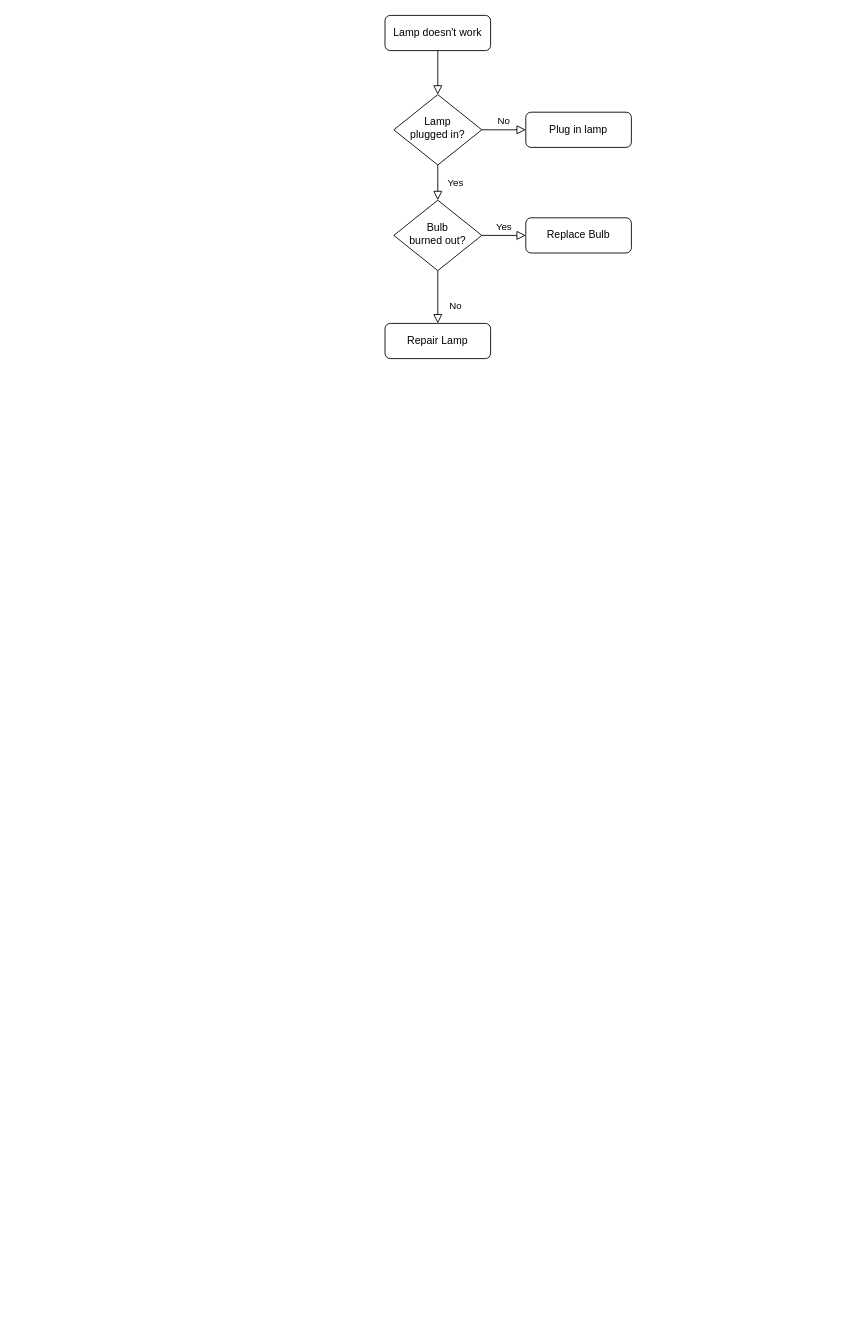
This is 进入教室逻辑.drawio from Kanthine/FlowChart, a draw.io file, before an edit. Source tidied: cells renumbered, new cells numbered last; positions are measured from the earlier drawing's top-left corner, leaving out a move shared by most shapes. Both pictures are drawn from the tidied source at 88%, with x=0, y=0 at pixel (385, 15).
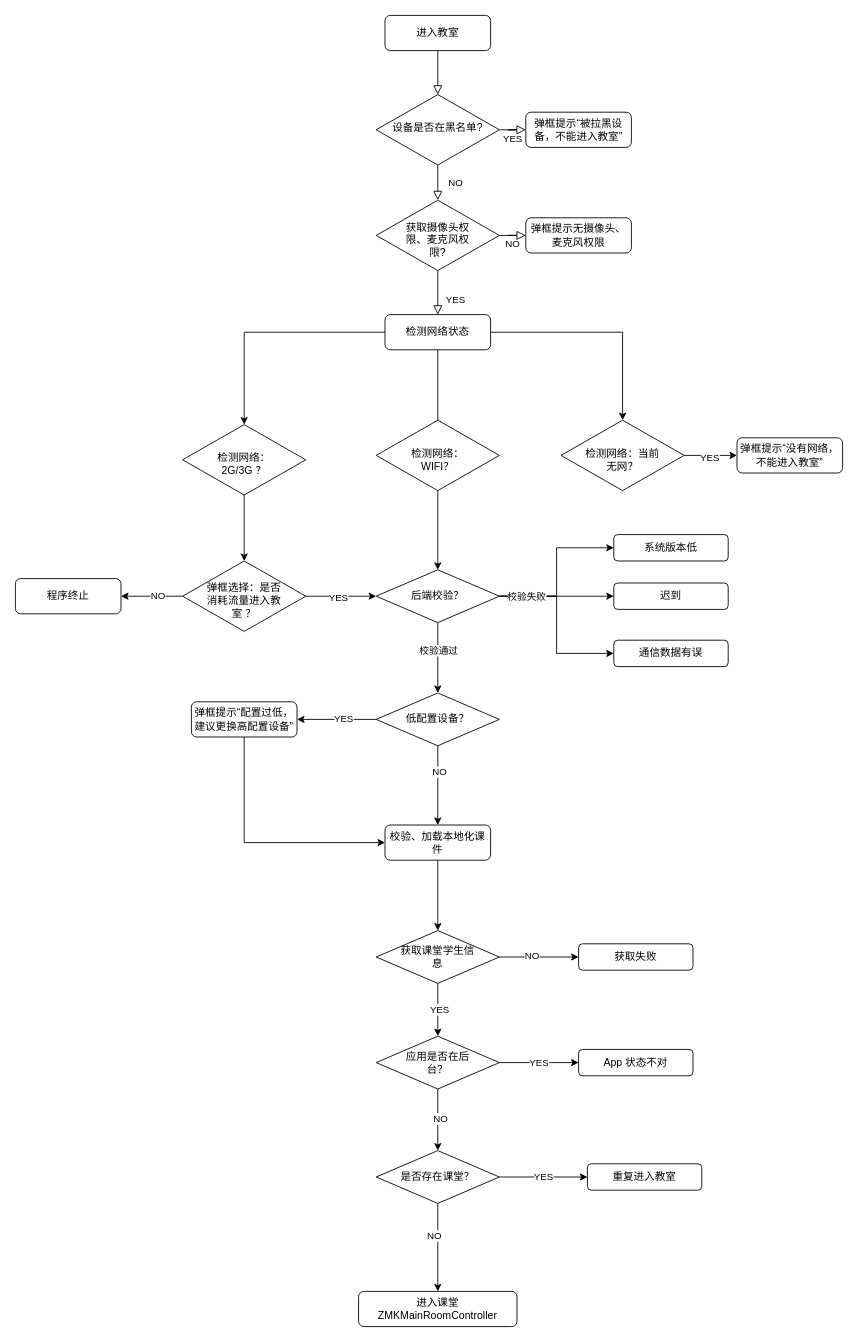
After the change.

Commit message:
更新进入教室逻辑.drawio

Diff of the diagram source:
```diff
@@
-    <mxCell id="3" value="Lamp doesn't work" style="rounded=1;whiteSpace=wrap;html=1;fontSize=12;glass=0;strokeWidth=1;shadow=0;" parent="1" vertex="1">
+    <mxCell id="3" value="进入教室" style="rounded=1;whiteSpace=wrap;html=1;fontSize=12;glass=0;strokeWidth=1;shadow=0;" parent="1" vertex="1">
       <mxGeometry width="120" height="40" as="geometry" />
     </mxCell>
-    <mxCell id="4" value="Yes" style="rounded=0;html=1;jettySize=auto;fontSize=11;endArrow=block;endFill=0;endSize=8;strokeWidth=1;shadow=0;labelBackgroundColor=none;edgeStyle=orthogonalEdgeStyle;" parent="1" edge="1" source="6" target="10">
+    <mxCell id="4" value="NO" style="rounded=0;html=1;jettySize=auto;fontSize=11;endArrow=block;endFill=0;endSize=8;strokeWidth=1;shadow=0;labelBackgroundColor=none;edgeStyle=orthogonalEdgeStyle;" parent="1" edge="1" source="6" target="10">
       <mxGeometry y="20" relative="1" as="geometry" />
     </mxCell>
-    <mxCell id="5" value="No" style="edgeStyle=orthogonalEdgeStyle;rounded=0;html=1;jettySize=auto;fontSize=11;endArrow=block;endFill=0;endSize=8;strokeWidth=1;shadow=0;labelBackgroundColor=none;" parent="1" edge="1" source="6" target="7">
+    <mxCell id="5" value="YES" style="edgeStyle=orthogonalEdgeStyle;rounded=0;html=1;jettySize=auto;fontSize=11;endArrow=block;endFill=0;endSize=8;strokeWidth=1;shadow=0;labelBackgroundColor=none;" parent="1" edge="1" source="6" target="7">
       <mxGeometry y="10" relative="1" as="geometry" />
     </mxCell>
-    <mxCell id="6" value="Lamp&lt;br&gt;plugged in?" style="rhombus;whiteSpace=wrap;html=1;shadow=0;fontFamily=Helvetica;fontSize=12;align=center;strokeWidth=1;spacing=6;spacingTop=-4;" parent="1" vertex="1">
-      <mxGeometry x="10" y="90" width="100" height="80" as="geometry" />
+    <mxCell id="6" value="设备是否在黑名单?" style="rhombus;whiteSpace=wrap;html=1;shadow=0;fontFamily=Helvetica;fontSize=12;align=center;strokeWidth=1;spacing=6;spacingTop=-4;" parent="1" vertex="1">
+      <mxGeometry x="-10" y="90" width="140" height="80" as="geometry" />
     </mxCell>
-    <mxCell id="7" value="Plug in lamp" style="rounded=1;whiteSpace=wrap;html=1;fontSize=12;glass=0;strokeWidth=1;shadow=0;" parent="1" vertex="1">
+    <mxCell id="7" value="弹框提示“被拉黑设备，不能进入教室”" style="rounded=1;whiteSpace=wrap;html=1;fontSize=12;glass=0;strokeWidth=1;shadow=0;" parent="1" vertex="1">
       <mxGeometry x="160" y="110" width="120" height="40" as="geometry" />
     </mxCell>
-    <mxCell id="8" value="No" style="rounded=0;html=1;jettySize=auto;fontSize=11;endArrow=block;endFill=0;endSize=8;strokeWidth=1;shadow=0;labelBackgroundColor=none;edgeStyle=orthogonalEdgeStyle;" parent="1" edge="1" source="10" target="11">
+    <mxCell id="8" value="YES" style="rounded=0;html=1;jettySize=auto;fontSize=11;endArrow=block;endFill=0;endSize=8;strokeWidth=1;shadow=0;labelBackgroundColor=none;edgeStyle=orthogonalEdgeStyle;entryX=0.5;entryY=0;entryDx=0;entryDy=0;" parent="1" edge="1" source="10" target="30">
       <mxGeometry x="0.33" y="20" relative="1" as="geometry" />
     </mxCell>
-    <mxCell id="9" value="Yes" style="edgeStyle=orthogonalEdgeStyle;rounded=0;html=1;jettySize=auto;fontSize=11;endArrow=block;endFill=0;endSize=8;strokeWidth=1;shadow=0;labelBackgroundColor=none;" parent="1" edge="1" source="10" target="12">
+    <mxCell id="9" value="NO" style="edgeStyle=orthogonalEdgeStyle;rounded=0;html=1;jettySize=auto;fontSize=11;endArrow=block;endFill=0;endSize=8;strokeWidth=1;shadow=0;labelBackgroundColor=none;" parent="1" edge="1" source="10" target="12">
       <mxGeometry y="10" relative="1" as="geometry" />
     </mxCell>
-    <mxCell id="10" value="Bulb&lt;br&gt;burned out?" style="rhombus;whiteSpace=wrap;html=1;shadow=0;fontFamily=Helvetica;fontSize=12;align=center;strokeWidth=1;spacing=6;spacingTop=-4;" parent="1" vertex="1">
-      <mxGeometry x="10" y="210" width="100" height="80" as="geometry" />
+    <mxCell id="10" value="获取摄像头权限、麦克风权限?" style="rhombus;whiteSpace=wrap;html=1;shadow=0;fontFamily=Helvetica;fontSize=12;align=center;strokeWidth=1;spacing=6;spacingTop=10;spacingLeft=20;spacingRight=20;" parent="1" vertex="1">
+      <mxGeometry x="-10" y="210" width="140" height="80" as="geometry" />
     </mxCell>
-    <mxCell id="11" value="Repair Lamp" style="rounded=1;whiteSpace=wrap;html=1;fontSize=12;glass=0;strokeWidth=1;shadow=0;" parent="1" vertex="1">
-      <mxGeometry y="350" width="120" height="40" as="geometry" />
+    <mxCell id="11" value="进入课堂&lt;br&gt;ZMKMainRoomController" style="rounded=1;whiteSpace=wrap;html=1;fontSize=12;glass=0;strokeWidth=1;shadow=0;" parent="1" vertex="1">
+      <mxGeometry x="-30" y="1450" width="180" height="40" as="geometry" />
     </mxCell>
-    <mxCell id="12" value="Replace Bulb" style="rounded=1;whiteSpace=wrap;html=1;fontSize=12;glass=0;strokeWidth=1;shadow=0;" parent="1" vertex="1">
+    <mxCell id="12" value="弹框提示无摄像头、麦克风权限" style="rounded=1;whiteSpace=wrap;html=1;fontSize=12;glass=0;strokeWidth=1;shadow=0;" parent="1" vertex="1">
       <mxGeometry x="160" y="230" width="120" height="40" as="geometry" />
     </mxCell>
+    <mxCell id="13" style="edgeStyle=orthogonalEdgeStyle;rounded=0;jettySize=auto;html=1;entryX=0;entryY=0.5;entryDx=0;entryDy=0;" parent="1" edge="1" source="16" target="17">
+      <mxGeometry relative="1" as="geometry" />
+    </mxCell>
+    <mxCell id="14" value="YES" style="edgeLabel;html=1;align=center;verticalAlign=middle;" parent="13" vertex="1">
+      <mxGeometry x="-0.07" y="-2" relative="1" as="geometry" />
+    </mxCell>
+    <mxCell id="15" style="edgeStyle=orthogonalEdgeStyle;rounded=0;jettySize=auto;html=1;exitX=0.5;exitY=1;exitDx=0;exitDy=0;entryX=0.5;entryY=0.125;entryDx=0;entryDy=0;entryPerimeter=0;" parent="1" edge="1" source="30" target="19">
+      <mxGeometry relative="1" as="geometry" />
+    </mxCell>
+    <mxCell id="16" value="检测网络：当前无网？" style="rhombus;whiteSpace=wrap;html=1;shadow=0;fontFamily=Helvetica;fontSize=12;align=center;strokeWidth=1;spacing=6;spacingTop=10;spacingLeft=20;spacingRight=20;" parent="1" vertex="1">
+      <mxGeometry x="200" y="460" width="140" height="80" as="geometry" />
+    </mxCell>
+    <mxCell id="17" value="弹框提示“没有网络，不能进入教室”" style="rounded=1;whiteSpace=wrap;html=1;fontSize=12;glass=0;strokeWidth=1;shadow=0;" parent="1" vertex="1">
+      <mxGeometry x="400" y="480" width="120" height="40" as="geometry" />
+    </mxCell>
+    <mxCell id="18" style="edgeStyle=orthogonalEdgeStyle;rounded=0;jettySize=auto;html=1;entryX=0.5;entryY=0;entryDx=0;entryDy=0;" parent="1" edge="1" source="19" target="37">
+      <mxGeometry relative="1" as="geometry" />
+    </mxCell>
+    <mxCell id="19" value="检测网络：WIFI？" style="rhombus;whiteSpace=wrap;html=1;shadow=0;fontFamily=Helvetica;fontSize=12;align=center;strokeWidth=1;spacing=6;spacingTop=10;spacingLeft=20;spacingRight=20;" parent="1" vertex="1">
+      <mxGeometry x="-10" y="460" width="140" height="80" as="geometry" />
+    </mxCell>
+    <mxCell id="20" style="edgeStyle=orthogonalEdgeStyle;rounded=0;jettySize=auto;html=1;entryX=0.5;entryY=0;entryDx=0;entryDy=0;exitX=0;exitY=0.5;exitDx=0;exitDy=0;" parent="1" edge="1" source="30" target="22">
+      <mxGeometry relative="1" as="geometry" />
+    </mxCell>
+    <mxCell id="21" style="edgeStyle=orthogonalEdgeStyle;rounded=0;jettySize=auto;html=1;entryX=0.5;entryY=0;entryDx=0;entryDy=0;" parent="1" edge="1" source="22" target="27">
+      <mxGeometry relative="1" as="geometry" />
+    </mxCell>
+    <mxCell id="22" value="检测网络：2G/3G ？" style="rhombus;whiteSpace=wrap;html=1;shadow=0;fontFamily=Helvetica;fontSize=12;align=center;strokeWidth=1;spacing=6;spacingTop=10;spacingLeft=20;spacingRight=20;" parent="1" vertex="1">
+      <mxGeometry x="-230" y="465" width="140" height="80" as="geometry" />
+    </mxCell>
+    <mxCell id="23" style="edgeStyle=orthogonalEdgeStyle;rounded=0;jettySize=auto;html=1;" parent="1" edge="1" source="27" target="28">
+      <mxGeometry relative="1" as="geometry" />
+    </mxCell>
+    <mxCell id="24" value="NO" style="edgeLabel;html=1;align=center;verticalAlign=middle;" parent="23" vertex="1">
+      <mxGeometry x="-0.17" y="-1" relative="1" as="geometry" />
+    </mxCell>
+    <mxCell id="25" style="edgeStyle=orthogonalEdgeStyle;rounded=0;jettySize=auto;html=1;entryX=0;entryY=0.5;entryDx=0;entryDy=0;" parent="1" edge="1" source="27" target="37">
+      <mxGeometry relative="1" as="geometry" />
+    </mxCell>
+    <mxCell id="26" value="YES" style="edgeLabel;html=1;align=center;verticalAlign=middle;" parent="25" vertex="1">
+      <mxGeometry x="-0.09" y="-1" relative="1" as="geometry" />
+    </mxCell>
+    <mxCell id="27" value="弹框选择：是否消耗流量进入教室 ？" style="rhombus;whiteSpace=wrap;html=1;shadow=0;fontFamily=Helvetica;fontSize=12;align=center;strokeWidth=1;spacing=6;spacingTop=10;spacingLeft=20;spacingRight=20;" parent="1" vertex="1">
+      <mxGeometry x="-230" y="620" width="140" height="80" as="geometry" />
+    </mxCell>
+    <mxCell id="28" value="程序终止" style="rounded=1;whiteSpace=wrap;html=1;fontSize=12;glass=0;strokeWidth=1;shadow=0;" parent="1" vertex="1">
+      <mxGeometry x="-420" y="640" width="120" height="40" as="geometry" />
+    </mxCell>
+    <mxCell id="29" style="edgeStyle=orthogonalEdgeStyle;rounded=0;jettySize=auto;html=1;entryX=0.5;entryY=0;entryDx=0;entryDy=0;" parent="1" edge="1" source="30" target="16">
+      <mxGeometry relative="1" as="geometry" />
+    </mxCell>
+    <mxCell id="30" value="检测网络状态" style="rounded=1;whiteSpace=wrap;html=1;fontSize=12;glass=0;strokeWidth=1;shadow=0;" parent="1" vertex="1">
+      <mxGeometry y="340" width="120" height="40" as="geometry" />
+    </mxCell>
+    <mxCell id="31" style="edgeStyle=orthogonalEdgeStyle;rounded=0;jettySize=auto;html=1;entryX=0;entryY=0.5;entryDx=0;entryDy=0;" parent="1" edge="1" source="37" target="38">
+      <mxGeometry relative="1" as="geometry" />
+    </mxCell>
+    <mxCell id="32" style="edgeStyle=orthogonalEdgeStyle;rounded=0;jettySize=auto;html=1;entryX=0;entryY=0.5;entryDx=0;entryDy=0;" parent="1" edge="1" source="37" target="39">
+      <mxGeometry relative="1" as="geometry" />
+    </mxCell>
+    <mxCell id="33" style="edgeStyle=orthogonalEdgeStyle;rounded=0;jettySize=auto;html=1;entryX=0;entryY=0.5;entryDx=0;entryDy=0;" parent="1" edge="1" source="37" target="40">
+      <mxGeometry relative="1" as="geometry" />
+    </mxCell>
+    <mxCell id="34" value="校验失败" style="edgeLabel;html=1;align=center;verticalAlign=middle;" parent="33" vertex="1">
+      <mxGeometry x="-0.85" relative="1" as="geometry">
+        <mxPoint x="15" as="offset" />
+      </mxGeometry>
+    </mxCell>
+    <mxCell id="35" style="edgeStyle=orthogonalEdgeStyle;rounded=0;jettySize=auto;html=1;entryX=0.5;entryY=0;entryDx=0;entryDy=0;" parent="1" edge="1" source="37" target="45">
+      <mxGeometry relative="1" as="geometry" />
+    </mxCell>
+    <mxCell id="36" value="校验通过" style="edgeLabel;html=1;align=center;verticalAlign=middle;" parent="35" vertex="1">
+      <mxGeometry x="-0.23" relative="1" as="geometry" />
+    </mxCell>
+    <mxCell id="37" value="后端校验？" style="rhombus;whiteSpace=wrap;html=1;shadow=0;fontFamily=Helvetica;fontSize=12;align=center;strokeWidth=1;spacing=6;spacingTop=0;spacingLeft=20;spacingRight=20;" parent="1" vertex="1">
+      <mxGeometry x="-10" y="630" width="140" height="60" as="geometry" />
+    </mxCell>
+    <mxCell id="38" value="系统版本低" style="rounded=1;whiteSpace=wrap;html=1;fontSize=12;glass=0;strokeWidth=1;shadow=0;" parent="1" vertex="1">
+      <mxGeometry x="260" y="590" width="130" height="30" as="geometry" />
+    </mxCell>
+    <mxCell id="39" value="迟到" style="rounded=1;whiteSpace=wrap;html=1;fontSize=12;glass=0;strokeWidth=1;shadow=0;" parent="1" vertex="1">
+      <mxGeometry x="260" y="645" width="130" height="30" as="geometry" />
+    </mxCell>
+    <mxCell id="40" value="通信数据有误" style="rounded=1;whiteSpace=wrap;html=1;fontSize=12;glass=0;strokeWidth=1;shadow=0;" parent="1" vertex="1">
+      <mxGeometry x="260" y="710" width="130" height="30" as="geometry" />
+    </mxCell>
+    <mxCell id="41" style="edgeStyle=orthogonalEdgeStyle;rounded=0;jettySize=auto;html=1;" parent="1" edge="1" source="45" target="47">
+      <mxGeometry relative="1" as="geometry" />
+    </mxCell>
+    <mxCell id="42" value="YES" style="edgeLabel;html=1;align=center;verticalAlign=middle;" parent="41" vertex="1">
+      <mxGeometry x="-0.16" y="-2" relative="1" as="geometry" />
+    </mxCell>
+    <mxCell id="43" style="edgeStyle=orthogonalEdgeStyle;rounded=0;jettySize=auto;html=1;" parent="1" edge="1" source="45" target="49">
+      <mxGeometry relative="1" as="geometry" />
+    </mxCell>
+    <mxCell id="44" value="NO" style="edgeLabel;html=1;align=center;verticalAlign=middle;" parent="43" vertex="1">
+      <mxGeometry x="-0.36" y="1" relative="1" as="geometry" />
+    </mxCell>
+    <mxCell id="45" value="低配置设备？" style="rhombus;whiteSpace=wrap;html=1;shadow=0;fontFamily=Helvetica;fontSize=12;align=center;strokeWidth=1;spacing=6;spacingTop=0;spacingLeft=20;spacingRight=20;" parent="1" vertex="1">
+      <mxGeometry x="-10" y="770" width="140" height="60" as="geometry" />
+    </mxCell>
+    <mxCell id="46" style="edgeStyle=orthogonalEdgeStyle;rounded=0;jettySize=auto;html=1;entryX=0;entryY=0.5;entryDx=0;entryDy=0;" parent="1" edge="1" source="47" target="49">
+      <mxGeometry relative="1" as="geometry">
+        <Array as="points">
+          <mxPoint x="-160" y="940" />
+        </Array>
+      </mxGeometry>
+    </mxCell>
+    <mxCell id="47" value="弹框提示“配置过低，建议更换高配置设备”" style="rounded=1;whiteSpace=wrap;html=1;fontSize=12;glass=0;strokeWidth=1;shadow=0;" parent="1" vertex="1">
+      <mxGeometry x="-220" y="780" width="120" height="40" as="geometry" />
+    </mxCell>
+    <mxCell id="48" style="edgeStyle=orthogonalEdgeStyle;rounded=0;jettySize=auto;html=1;entryX=0.5;entryY=0;entryDx=0;entryDy=0;" parent="1" edge="1" source="49" target="54">
+      <mxGeometry relative="1" as="geometry" />
+    </mxCell>
+    <mxCell id="49" value="校验、加载本地化课件" style="rounded=1;whiteSpace=wrap;html=1;fontSize=12;glass=0;strokeWidth=1;shadow=0;" parent="1" vertex="1">
+      <mxGeometry y="920" width="120" height="40" as="geometry" />
+    </mxCell>
+    <mxCell id="50" style="edgeStyle=orthogonalEdgeStyle;rounded=0;jettySize=auto;html=1;entryX=0;entryY=0.5;entryDx=0;entryDy=0;" parent="1" edge="1" source="54" target="55">
+      <mxGeometry relative="1" as="geometry" />
+    </mxCell>
+    <mxCell id="51" value="NO" style="edgeLabel;html=1;align=center;verticalAlign=middle;" parent="50" vertex="1">
+      <mxGeometry x="-0.17" y="2" relative="1" as="geometry">
+        <mxPoint x="-1" as="offset" />
+      </mxGeometry>
+    </mxCell>
+    <mxCell id="52" style="edgeStyle=orthogonalEdgeStyle;rounded=0;jettySize=auto;html=1;entryX=0.5;entryY=0;entryDx=0;entryDy=0;" parent="1" edge="1" source="54" target="59">
+      <mxGeometry relative="1" as="geometry" />
+    </mxCell>
+    <mxCell id="53" value="YES" style="edgeLabel;html=1;align=center;verticalAlign=middle;" parent="52" vertex="1">
+      <mxGeometry x="-0.03" y="1" relative="1" as="geometry" />
+    </mxCell>
+    <mxCell id="54" value="获取课堂学生信息" style="rhombus;whiteSpace=wrap;html=1;shadow=0;fontFamily=Helvetica;fontSize=12;align=center;strokeWidth=1;spacing=6;spacingTop=0;spacingLeft=20;spacingRight=20;" parent="1" vertex="1">
+      <mxGeometry x="-10" y="1040" width="140" height="60" as="geometry" />
+    </mxCell>
+    <mxCell id="55" value="获取失败" style="rounded=1;whiteSpace=wrap;html=1;fontSize=12;glass=0;strokeWidth=1;shadow=0;" parent="1" vertex="1">
+      <mxGeometry x="220" y="1055" width="130" height="30" as="geometry" />
+    </mxCell>
+    <mxCell id="56" value="YES" style="edgeStyle=orthogonalEdgeStyle;rounded=0;jettySize=auto;html=1;" parent="1" edge="1" source="59" target="60">
+      <mxGeometry relative="1" as="geometry" />
+    </mxCell>
+    <mxCell id="57" style="edgeStyle=orthogonalEdgeStyle;rounded=0;jettySize=auto;html=1;entryX=0.5;entryY=0;entryDx=0;entryDy=0;" parent="1" edge="1" source="59" target="64">
+      <mxGeometry relative="1" as="geometry" />
+    </mxCell>
+    <mxCell id="58" value="NO" style="edgeLabel;html=1;align=center;verticalAlign=middle;" parent="57" vertex="1">
+      <mxGeometry x="-0.06" y="2" relative="1" as="geometry" />
+    </mxCell>
+    <mxCell id="59" value="应用是否在后台？" style="rhombus;whiteSpace=wrap;html=1;shadow=0;fontFamily=Helvetica;fontSize=12;align=center;strokeWidth=1;spacing=6;spacingTop=0;spacingLeft=20;spacingRight=20;" parent="1" vertex="1">
+      <mxGeometry x="-10" y="1160" width="140" height="60" as="geometry" />
+    </mxCell>
+    <mxCell id="60" value="App 状态不对" style="rounded=1;whiteSpace=wrap;html=1;fontSize=12;glass=0;strokeWidth=1;shadow=0;" parent="1" vertex="1">
+      <mxGeometry x="220" y="1175" width="130" height="30" as="geometry" />
+    </mxCell>
+    <mxCell id="61" value="YES" style="edgeStyle=orthogonalEdgeStyle;rounded=0;jettySize=auto;html=1;exitX=1;exitY=0.5;exitDx=0;exitDy=0;" parent="1" edge="1" source="64" target="65">
+      <mxGeometry relative="1" as="geometry" />
+    </mxCell>
+    <mxCell id="62" style="edgeStyle=orthogonalEdgeStyle;rounded=0;jettySize=auto;html=1;entryX=0.5;entryY=0;entryDx=0;entryDy=0;" parent="1" edge="1" source="64" target="11">
+      <mxGeometry relative="1" as="geometry" />
+    </mxCell>
+    <mxCell id="63" value="NO" style="edgeLabel;html=1;align=center;verticalAlign=middle;" parent="62" vertex="1">
+      <mxGeometry x="-0.29" y="-5" relative="1" as="geometry" />
+    </mxCell>
+    <mxCell id="64" value="是否存在课堂？" style="rhombus;whiteSpace=wrap;html=1;shadow=0;fontFamily=Helvetica;fontSize=12;align=center;strokeWidth=1;spacing=6;spacingTop=0;spacingLeft=20;spacingRight=20;" parent="1" vertex="1">
+      <mxGeometry x="-10" y="1290" width="140" height="60" as="geometry" />
+    </mxCell>
+    <mxCell id="65" value="重复进入教室" style="rounded=1;whiteSpace=wrap;html=1;fontSize=12;glass=0;strokeWidth=1;shadow=0;" parent="1" vertex="1">
+      <mxGeometry x="230" y="1305" width="130" height="30" as="geometry" />
+    </mxCell>
```
